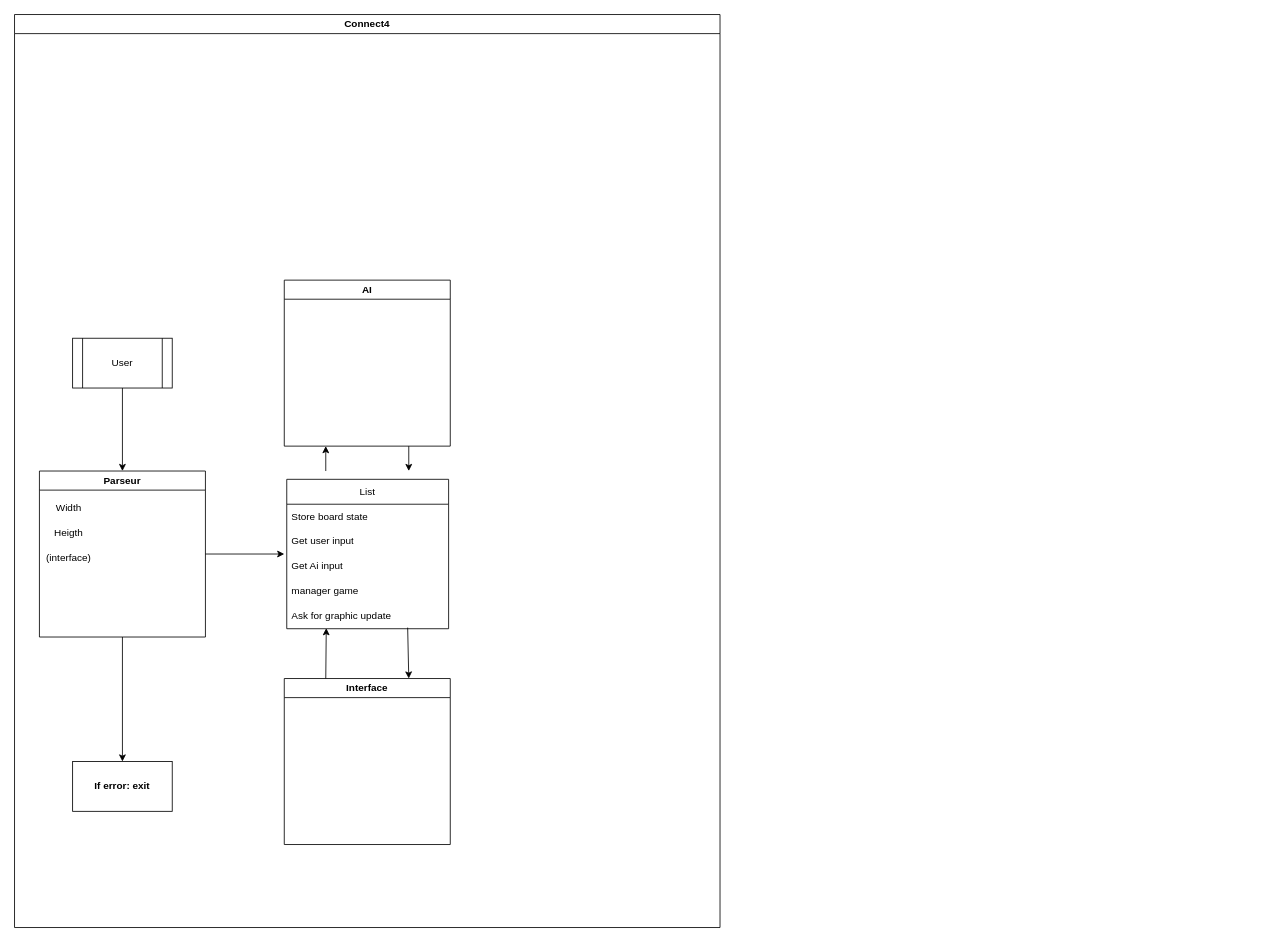
Before: .dev/Connect4.drawio in Chahalor/connect4, a draw.io diagram. Source tidied: cells renumbered, new cells numbered last; positions are measured from the earlier drawing's top-left corner, leaving out a move shared by most shapes. Both pictures are drawn from the tidied source at 83%, with x=0, y=0 at pixel (14, 14).
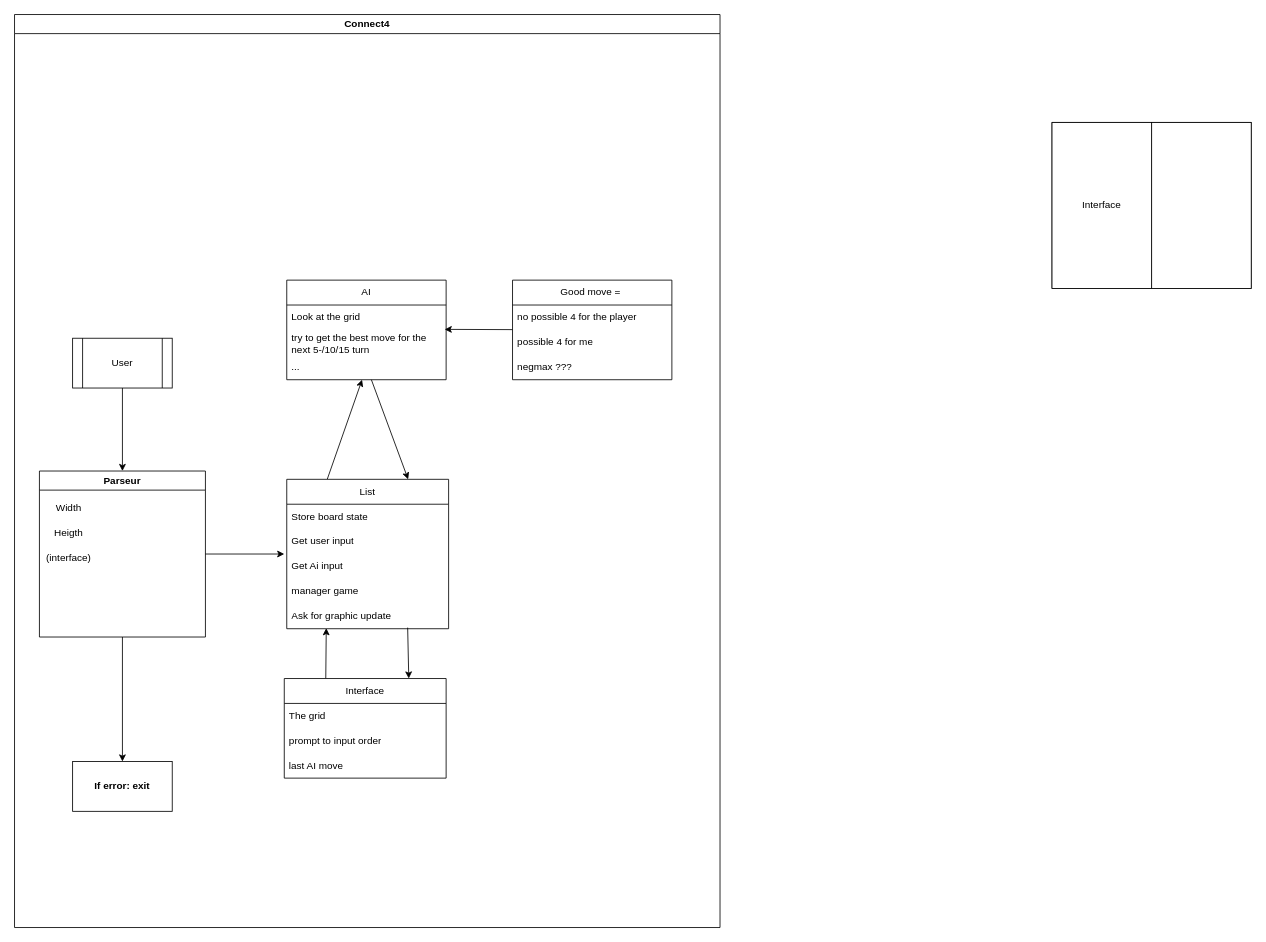
The same diagram, later.

The change refers to these unchanged cells:
```xml
<mxCell id="2" value="Connect4" style="swimlane;whiteSpace=wrap;html=1;" parent="1" vertex="1">
  <mxGeometry width="850" height="1100" as="geometry" />
</mxCell>
<mxCell id="15" value="List" style="swimlane;fontStyle=0;horizontal=1;startSize=30;whiteSpace=wrap;html=1;" parent="2" vertex="1">
  <mxGeometry x="328" y="560" width="195" height="180" as="geometry" />
</mxCell>
<mxCell id="20" value="Ask for graphic update" style="text;strokeColor=none;fillColor=none;align=left;verticalAlign=middle;spacingLeft=4;spacingRight=4;overflow=hidden;points=[[0,0.5],[1,0.5]];portConstraint=eastwest;whiteSpace=wrap;html=1;" parent="15" vertex="1">
  <mxGeometry y="150" width="195" height="30" as="geometry" />
</mxCell>
```

The edit, as a diff of the source:
```diff
@@
-    <mxCell id="9" style="edgeStyle=none;html=1;exitX=0.75;exitY=1;exitDx=0;exitDy=0;entryX=0.75;entryY=0;entryDx=0;entryDy=0;" parent="2" edge="1" source="10">
-      <mxGeometry relative="1" as="geometry">
-        <mxPoint x="475" y="550" as="targetPoint" />
-      </mxGeometry>
+    <mxCell id="9" style="edgeStyle=none;html=1;exitX=0.531;exitY=1;exitDx=0;exitDy=0;entryX=0.75;entryY=0;entryDx=0;entryDy=0;exitPerimeter=0;" parent="2" edge="1" source="30" target="15">
+      <mxGeometry relative="1" as="geometry" />
     </mxCell>
-    <mxCell id="10" value="AI" style="swimlane;whiteSpace=wrap;html=1;" parent="2" vertex="1">
-      <mxGeometry x="325" y="320" width="200" height="200" as="geometry" />
-    </mxCell>
-    <mxCell id="11" value="Interface" style="swimlane;whiteSpace=wrap;html=1;" parent="2" vertex="1">
-      <mxGeometry x="325" y="800" width="200" height="200" as="geometry" />
-    </mxCell>
-    <mxCell id="12" style="edgeStyle=none;html=1;exitX=0.25;exitY=0;exitDx=0;exitDy=0;entryX=0.25;entryY=1;entryDx=0;entryDy=0;" parent="2" edge="1" target="10">
-      <mxGeometry relative="1" as="geometry">
-        <mxPoint x="375" y="550" as="sourcePoint" />
-      </mxGeometry>
+    <mxCell id="12" style="edgeStyle=none;html=1;exitX=0.25;exitY=0;exitDx=0;exitDy=0;" parent="2" edge="1" source="15" target="30">
+      <mxGeometry relative="1" as="geometry" />
     </mxCell>
@@
-    <mxCell id="21" style="edgeStyle=none;html=1;exitX=0.25;exitY=0;exitDx=0;exitDy=0;entryX=0.244;entryY=0.978;entryDx=0;entryDy=0;entryPerimeter=0;" parent="2" edge="1" source="11" target="20">
-      <mxGeometry relative="1" as="geometry" />
+    <mxCell id="21" style="edgeStyle=none;html=1;exitX=0.25;exitY=0;exitDx=0;exitDy=0;entryX=0.244;entryY=0.978;entryDx=0;entryDy=0;entryPerimeter=0;" parent="2" edge="1" target="20">
+      <mxGeometry relative="1" as="geometry">
+        <mxPoint x="375" y="800" as="sourcePoint" />
+      </mxGeometry>
     </mxCell>
-    <mxCell id="22" style="endArrow=classic;html=1;exitX=0.747;exitY=0.956;exitDx=0;exitDy=0;exitPerimeter=0;entryX=0.75;entryY=0;entryDx=0;entryDy=0;" parent="2" edge="1" source="20" target="11">
-      <mxGeometry relative="1" as="geometry" />
+    <mxCell id="22" style="endArrow=classic;html=1;exitX=0.747;exitY=0.956;exitDx=0;exitDy=0;exitPerimeter=0;entryX=0.75;entryY=0;entryDx=0;entryDy=0;" parent="2" edge="1" source="20">
+      <mxGeometry relative="1" as="geometry">
+        <mxPoint x="475" y="800" as="targetPoint" />
+      </mxGeometry>
     </mxCell>
@@
+    <mxCell id="24" value="Interface" style="swimlane;fontStyle=0;horizontal=1;startSize=30;whiteSpace=wrap;html=1;" parent="2" vertex="1">
+      <mxGeometry x="325" y="800" width="195" height="120" as="geometry" />
+    </mxCell>
+    <mxCell id="25" value="The grid" style="text;strokeColor=none;fillColor=none;align=left;verticalAlign=middle;spacingLeft=4;spacingRight=4;overflow=hidden;whiteSpace=wrap;html=1;" parent="24" vertex="1">
+      <mxGeometry y="30" width="195" height="30" as="geometry" />
+    </mxCell>
+    <mxCell id="26" value="prompt to input order" style="text;strokeColor=none;fillColor=none;align=left;verticalAlign=middle;spacingLeft=4;spacingRight=4;overflow=hidden;whiteSpace=wrap;html=1;" parent="24" vertex="1">
+      <mxGeometry y="60" width="195" height="30" as="geometry" />
+    </mxCell>
+    <mxCell id="27" value="last AI move" style="text;strokeColor=none;fillColor=none;align=left;verticalAlign=middle;spacingLeft=4;spacingRight=4;overflow=hidden;whiteSpace=wrap;html=1;" parent="24" vertex="1">
+      <mxGeometry y="90" width="195" height="30" as="geometry" />
+    </mxCell>
+    <mxCell id="10" value="AI" style="swimlane;fontStyle=0;horizontal=1;startSize=30;whiteSpace=wrap;html=1;" parent="2" vertex="1">
+      <mxGeometry x="328" y="320" width="192" height="120" as="geometry" />
+    </mxCell>
+    <mxCell id="28" value="Look at the grid" style="text;strokeColor=none;fillColor=none;align=left;verticalAlign=middle;spacingLeft=4;spacingRight=4;overflow=hidden;whiteSpace=wrap;html=1;" parent="10" vertex="1">
+      <mxGeometry y="30" width="192" height="30" as="geometry" />
+    </mxCell>
+    <mxCell id="29" value="try to get the best move for the next 5-/10/15 turn" style="text;strokeColor=none;fillColor=none;align=left;verticalAlign=middle;spacingLeft=4;spacingRight=4;overflow=hidden;points=[[0,0.5],[1,0.5]];portConstraint=eastwest;whiteSpace=wrap;html=1;" parent="10" vertex="1">
+      <mxGeometry y="60" width="192" height="30" as="geometry" />
+    </mxCell>
+    <mxCell id="30" value="..." style="text;strokeColor=none;fillColor=none;align=left;verticalAlign=middle;spacingLeft=4;spacingRight=4;overflow=hidden;points=[[0,0.5],[1,0.5]];portConstraint=eastwest;whiteSpace=wrap;html=1;" parent="10" vertex="1">
+      <mxGeometry y="90" width="192" height="30" as="geometry" />
+    </mxCell>
+    <mxCell id="31" value="Good move =&amp;nbsp;" style="swimlane;fontStyle=0;horizontal=1;startSize=30;whiteSpace=wrap;html=1;" parent="2" vertex="1">
+      <mxGeometry x="600" y="320" width="192" height="120" as="geometry" />
+    </mxCell>
+    <mxCell id="32" value="no possible 4 for the player" style="text;strokeColor=none;fillColor=none;align=left;verticalAlign=middle;spacingLeft=4;spacingRight=4;overflow=hidden;whiteSpace=wrap;html=1;" parent="31" vertex="1">
+      <mxGeometry y="30" width="192" height="30" as="geometry" />
+    </mxCell>
+    <mxCell id="33" value="possible 4 for me" style="text;strokeColor=none;fillColor=none;align=left;verticalAlign=middle;spacingLeft=4;spacingRight=4;overflow=hidden;whiteSpace=wrap;html=1;" parent="31" vertex="1">
+      <mxGeometry y="60" width="192" height="30" as="geometry" />
+    </mxCell>
+    <mxCell id="34" value="negmax ???" style="text;strokeColor=none;fillColor=none;align=left;verticalAlign=middle;spacingLeft=4;spacingRight=4;overflow=hidden;whiteSpace=wrap;html=1;" parent="31" vertex="1">
+      <mxGeometry y="90" width="192" height="30" as="geometry" />
+    </mxCell>
+    <mxCell id="35" style="edgeStyle=none;html=1;entryX=0.991;entryY=-0.022;entryDx=0;entryDy=0;entryPerimeter=0;" parent="2" edge="1" source="31" target="29">
+      <mxGeometry relative="1" as="geometry" />
+    </mxCell>
+    <mxCell id="36" style="swimlane;startSize=0;" parent="1" vertex="1">
+      <mxGeometry x="1250" y="130" width="240" height="200" as="geometry" />
+    </mxCell>
+    <mxCell id="37" style="rounded=0;whiteSpace=wrap;html=1;" parent="36" vertex="1">
+      <mxGeometry x="120" width="120" height="200" as="geometry" />
+    </mxCell>
+    <mxCell id="38" value="Interface" style="rounded=0;whiteSpace=wrap;html=1;" parent="1" vertex="1">
+      <mxGeometry x="1250" y="130" width="120" height="200" as="geometry" />
+    </mxCell>
```
